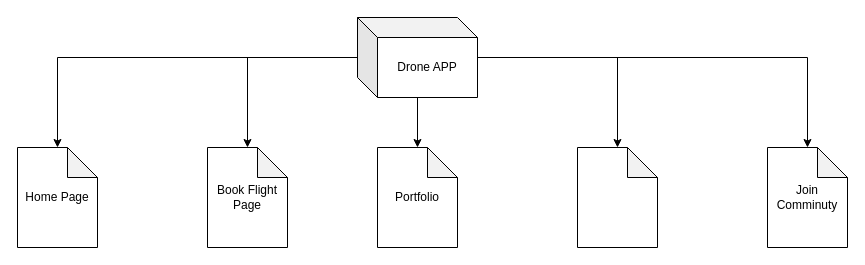
Before: Untitled Diagram.drawio in unbeatablesites/Drone_Service, a draw.io diagram. Source tidied: cells renumbered, new cells numbered last; positions are measured from the earlier drawing's top-left corner, leaving out a move shared by most shapes. Both pictures are drawn from the tidied source at 100%, with x=0, y=0 at pixel (17, 17).
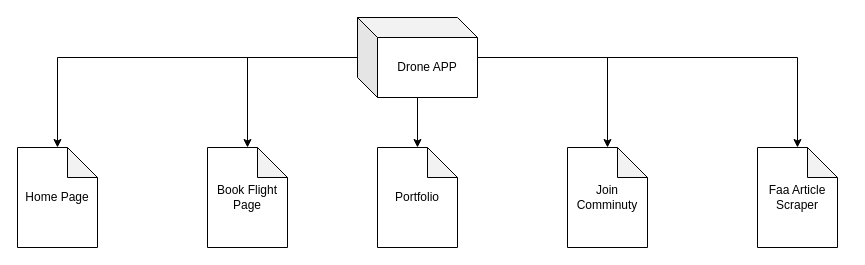
After the change.

Diff of the diagram source:
```diff
@@
 <mxGraphModel>
   <root>
     <mxCell id="0" />
     <mxCell id="1" parent="0" />
     <mxCell id="2" style="edgeStyle=orthogonalEdgeStyle;rounded=0;jettySize=auto;html=1;" parent="1" edge="1" source="7" target="8">
       <mxGeometry relative="1" as="geometry" />
     </mxCell>
     <mxCell id="3" style="edgeStyle=orthogonalEdgeStyle;rounded=0;jettySize=auto;html=1;" parent="1" edge="1" source="7" target="9">
       <mxGeometry relative="1" as="geometry" />
     </mxCell>
     <mxCell id="4" style="edgeStyle=orthogonalEdgeStyle;rounded=0;jettySize=auto;html=1;" parent="1" edge="1" source="7" target="10">
       <mxGeometry relative="1" as="geometry" />
     </mxCell>
     <mxCell id="5" style="edgeStyle=orthogonalEdgeStyle;rounded=0;jettySize=auto;html=1;" parent="1" edge="1" source="7" target="11">
       <mxGeometry relative="1" as="geometry" />
     </mxCell>
     <mxCell id="6" style="edgeStyle=orthogonalEdgeStyle;rounded=0;jettySize=auto;html=1;" parent="1" edge="1" source="7" target="12">
       <mxGeometry relative="1" as="geometry" />
     </mxCell>
     <mxCell id="7" value="Drone APP" style="shape=cube;whiteSpace=wrap;html=1;boundedLbl=1;backgroundOutline=1;darkOpacity=0.05;darkOpacity2=0.1;" parent="1" vertex="1">
       <mxGeometry x="340" width="120" height="80" as="geometry" />
     </mxCell>
     <mxCell id="8" value="Home Page" style="shape=note;whiteSpace=wrap;html=1;backgroundOutline=1;darkOpacity=0.05;" parent="1" vertex="1">
       <mxGeometry y="130" width="80" height="100" as="geometry" />
     </mxCell>
     <mxCell id="9" value="Book Flight Page" style="shape=note;whiteSpace=wrap;html=1;backgroundOutline=1;darkOpacity=0.05;" parent="1" vertex="1">
       <mxGeometry x="190" y="130" width="80" height="100" as="geometry" />
     </mxCell>
     <mxCell id="10" value="Portfolio" style="shape=note;whiteSpace=wrap;html=1;backgroundOutline=1;darkOpacity=0.05;" parent="1" vertex="1">
       <mxGeometry x="360" y="130" width="80" height="100" as="geometry" />
     </mxCell>
     <mxCell id="11" value="Join Comminuty" style="shape=note;whiteSpace=wrap;html=1;backgroundOutline=1;darkOpacity=0.05;" parent="1" vertex="1">
-      <mxGeometry x="750" y="130" width="80" height="100" as="geometry" />
+      <mxGeometry x="550" y="130" width="80" height="100" as="geometry" />
     </mxCell>
-    <mxCell id="12" style="shape=note;whiteSpace=wrap;html=1;backgroundOutline=1;darkOpacity=0.05;" parent="1" vertex="1">
-      <mxGeometry x="560" y="130" width="80" height="100" as="geometry" />
+    <mxCell id="12" value="Faa Article Scraper" style="shape=note;whiteSpace=wrap;html=1;backgroundOutline=1;darkOpacity=0.05;" parent="1" vertex="1">
+      <mxGeometry x="740" y="130" width="80" height="100" as="geometry" />
     </mxCell>
   </root>
 </mxGraphModel>
```
